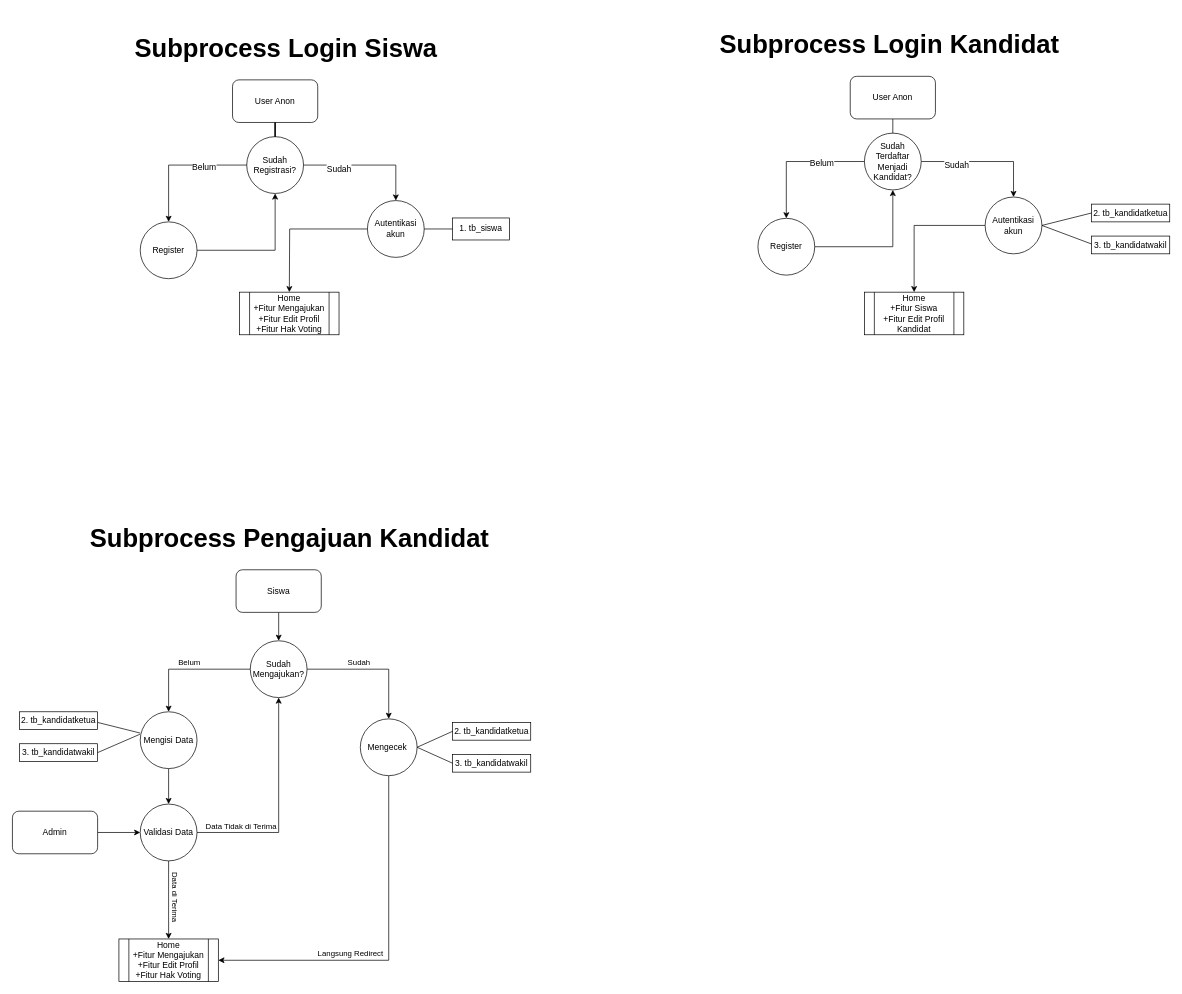
Before: page "Subprocess Siswa" (2 of 3) of DFD Voting OSIS.drawio in bintang-prayoga/erd-voting-osis, a draw.io diagram. Source tidied: cells renumbered, new cells numbered last; positions are measured from the earlier drawing's top-left corner, leaving out a move shared by most shapes. Both pictures are drawn from the tidied source at 71%, with x=0, y=0 at pixel (12, 12).
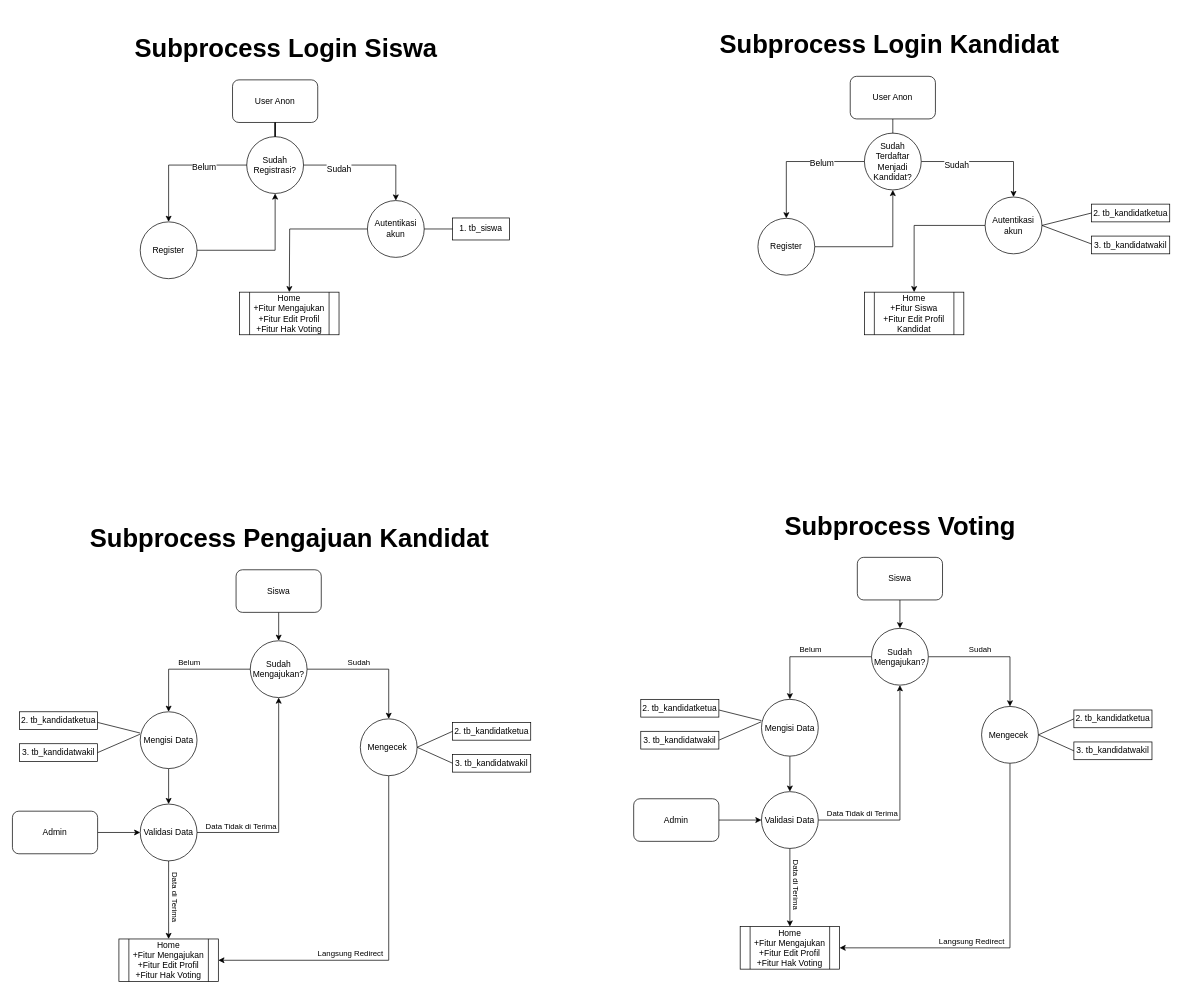
The same diagram, later.

Diff of the diagram source:
```diff
@@
+    <mxCell id="62" style="edgeStyle=orthogonalEdgeStyle;rounded=0;jettySize=auto;html=1;entryX=0.5;entryY=0;entryDx=0;entryDy=0;" parent="1" edge="1" source="63" target="71">
+      <mxGeometry relative="1" as="geometry" />
+    </mxCell>
+    <mxCell id="63" value="Siswa" style="rounded=1;whiteSpace=wrap;html=1;fontFamily=Helvetica;fontSize=12;" parent="1" vertex="1">
+      <mxGeometry x="1190" y="767.5" width="120" height="60" as="geometry" />
+    </mxCell>
+    <mxCell id="64" style="edgeStyle=orthogonalEdgeStyle;rounded=0;jettySize=auto;html=1;entryX=1;entryY=0.5;entryDx=0;entryDy=0;" parent="1" edge="1" source="66" target="72">
+      <mxGeometry relative="1" as="geometry">
+        <Array as="points">
+          <mxPoint x="1405" y="1317.5" />
+        </Array>
+      </mxGeometry>
+    </mxCell>
+    <mxCell id="65" value="Langsung Redirect" style="edgeLabel;html=1;align=center;verticalAlign=middle;" parent="64" vertex="1">
+      <mxGeometry x="0.26" y="1" relative="1" as="geometry">
+        <mxPoint y="-11" as="offset" />
+      </mxGeometry>
+    </mxCell>
+    <mxCell id="66" value="Mengecek&amp;nbsp;" style="ellipse;whiteSpace=wrap;html=1;fontFamily=Helvetica;fontSize=12;" parent="1" vertex="1">
+      <mxGeometry x="1365" y="977.5" width="80" height="80" as="geometry" />
+    </mxCell>
+    <mxCell id="67" style="edgeStyle=orthogonalEdgeStyle;rounded=0;jettySize=auto;html=1;entryX=0.5;entryY=0;entryDx=0;entryDy=0;" parent="1" edge="1" source="71" target="74">
+      <mxGeometry relative="1" as="geometry" />
+    </mxCell>
+    <mxCell id="68" value="Belum" style="edgeLabel;html=1;align=center;verticalAlign=middle;" parent="67" vertex="1">
+      <mxGeometry x="-0.01" y="-3" relative="1" as="geometry">
+        <mxPoint y="-7" as="offset" />
+      </mxGeometry>
+    </mxCell>
+    <mxCell id="69" style="edgeStyle=orthogonalEdgeStyle;rounded=0;jettySize=auto;html=1;entryX=0.5;entryY=0;entryDx=0;entryDy=0;" parent="1" edge="1" source="71" target="66">
+      <mxGeometry relative="1" as="geometry" />
+    </mxCell>
+    <mxCell id="70" value="Sudah" style="edgeLabel;html=1;align=center;verticalAlign=middle;" parent="69" vertex="1">
+      <mxGeometry x="-0.22" y="-2" relative="1" as="geometry">
+        <mxPoint y="-12" as="offset" />
+      </mxGeometry>
+    </mxCell>
+    <mxCell id="71" value="Sudah Mengajukan?" style="ellipse;whiteSpace=wrap;html=1;fontFamily=Helvetica;fontSize=12;" parent="1" vertex="1">
+      <mxGeometry x="1210" y="867.5" width="80" height="80" as="geometry" />
+    </mxCell>
+    <mxCell id="72" value="Home&lt;br&gt;+Fitur Mengajukan&lt;br&gt;+Fitur Edit Profil&lt;br&gt;+Fitur Hak Voting" style="shape=process;whiteSpace=wrap;html=1;backgroundOutline=1;" parent="1" vertex="1">
+      <mxGeometry x="1025" y="1287.5" width="140" height="60" as="geometry" />
+    </mxCell>
+    <mxCell id="73" style="edgeStyle=orthogonalEdgeStyle;rounded=0;jettySize=auto;html=1;entryX=0.5;entryY=0;entryDx=0;entryDy=0;" parent="1" edge="1" source="74" target="85">
+      <mxGeometry relative="1" as="geometry" />
+    </mxCell>
+    <mxCell id="74" value="Mengisi Data" style="ellipse;whiteSpace=wrap;html=1;fontFamily=Helvetica;fontSize=12;" parent="1" vertex="1">
+      <mxGeometry x="1055" y="967.5" width="80" height="80" as="geometry" />
+    </mxCell>
+    <mxCell id="75" value="2. tb_kandidatketua" style="rounded=0;whiteSpace=wrap;html=1;" parent="1" vertex="1">
+      <mxGeometry x="1495" y="982.5" width="110" height="25" as="geometry" />
+    </mxCell>
+    <mxCell id="76" value="3. tb_kandidatwakil" style="rounded=0;whiteSpace=wrap;html=1;" parent="1" vertex="1">
+      <mxGeometry x="1495" y="1027.5" width="110" height="25" as="geometry" />
+    </mxCell>
+    <mxCell id="77" style="endArrow=none;html=1;rounded=0;entryX=0;entryY=0.5;entryDx=0;entryDy=0;" parent="1" edge="1" target="75">
+      <mxGeometry relative="1" as="geometry">
+        <mxPoint x="1445" y="1017.5" as="sourcePoint" />
+      </mxGeometry>
+    </mxCell>
+    <mxCell id="78" style="endArrow=none;html=1;rounded=0;entryX=0;entryY=0.5;entryDx=0;entryDy=0;exitX=1;exitY=0.5;exitDx=0;exitDy=0;" parent="1" edge="1" source="66" target="76">
+      <mxGeometry relative="1" as="geometry" />
+    </mxCell>
+    <mxCell id="79" style="edgeStyle=orthogonalEdgeStyle;rounded=0;jettySize=auto;html=1;entryX=0;entryY=0.5;entryDx=0;entryDy=0;" parent="1" edge="1" source="80" target="85">
+      <mxGeometry relative="1" as="geometry" />
+    </mxCell>
+    <mxCell id="80" value="Admin" style="rounded=1;whiteSpace=wrap;html=1;fontFamily=Helvetica;fontSize=12;" parent="1" vertex="1">
+      <mxGeometry x="875" y="1107.5" width="120" height="60" as="geometry" />
+    </mxCell>
+    <mxCell id="81" style="edgeStyle=orthogonalEdgeStyle;rounded=0;jettySize=auto;html=1;entryX=0.5;entryY=0;entryDx=0;entryDy=0;" parent="1" edge="1" source="85" target="72">
+      <mxGeometry relative="1" as="geometry" />
+    </mxCell>
+    <mxCell id="82" value="Data di Terima" style="edgeLabel;html=1;align=center;verticalAlign=middle;rotation=90;" parent="81" vertex="1">
+      <mxGeometry x="-0.31" y="3" relative="1" as="geometry">
+        <mxPoint x="7" y="12" as="offset" />
+      </mxGeometry>
+    </mxCell>
+    <mxCell id="83" style="edgeStyle=orthogonalEdgeStyle;rounded=0;jettySize=auto;html=1;entryX=0.5;entryY=1;entryDx=0;entryDy=0;" parent="1" edge="1" source="85" target="71">
+      <mxGeometry relative="1" as="geometry" />
+    </mxCell>
+    <mxCell id="84" value="Data Tidak di Terima" style="edgeLabel;html=1;align=center;verticalAlign=middle;" parent="83" vertex="1">
+      <mxGeometry x="-0.51" y="-2" relative="1" as="geometry">
+        <mxPoint x="-14" y="-12" as="offset" />
+      </mxGeometry>
+    </mxCell>
+    <mxCell id="85" value="Validasi Data" style="ellipse;whiteSpace=wrap;html=1;" parent="1" vertex="1">
+      <mxGeometry x="1055" y="1097.5" width="80" height="80" as="geometry" />
+    </mxCell>
+    <mxCell id="86" value="2. tb_kandidatketua" style="rounded=0;whiteSpace=wrap;html=1;" parent="1" vertex="1">
+      <mxGeometry x="885" y="967.5" width="110" height="25" as="geometry" />
+    </mxCell>
+    <mxCell id="87" value="3. tb_kandidatwakil" style="rounded=0;whiteSpace=wrap;html=1;" parent="1" vertex="1">
+      <mxGeometry x="885" y="1012.5" width="110" height="25" as="geometry" />
+    </mxCell>
+    <mxCell id="88" style="endArrow=none;html=1;rounded=0;entryX=-0.006;entryY=0.396;entryDx=0;entryDy=0;entryPerimeter=0;exitX=1;exitY=0.5;exitDx=0;exitDy=0;" parent="1" edge="1" source="87" target="74">
+      <mxGeometry relative="1" as="geometry" />
+    </mxCell>
+    <mxCell id="89" style="endArrow=none;html=1;rounded=0;entryX=0;entryY=0.375;entryDx=0;entryDy=0;entryPerimeter=0;exitX=1;exitY=0.5;exitDx=0;exitDy=0;" parent="1" edge="1" target="74">
+      <mxGeometry relative="1" as="geometry">
+        <mxPoint x="995" y="982.5" as="sourcePoint" />
+      </mxGeometry>
+    </mxCell>
+    <mxCell id="90" value="&lt;h1&gt;&lt;font style=&quot;font-size: 36px;&quot;&gt;Subprocess Voting&lt;/font&gt;&lt;/h1&gt;" style="text;html=1;align=center;verticalAlign=middle;strokeColor=none;fillColor=none;" parent="1" vertex="1">
+      <mxGeometry x="1075" y="677.5" width="350" height="90" as="geometry" />
+    </mxCell>
```
